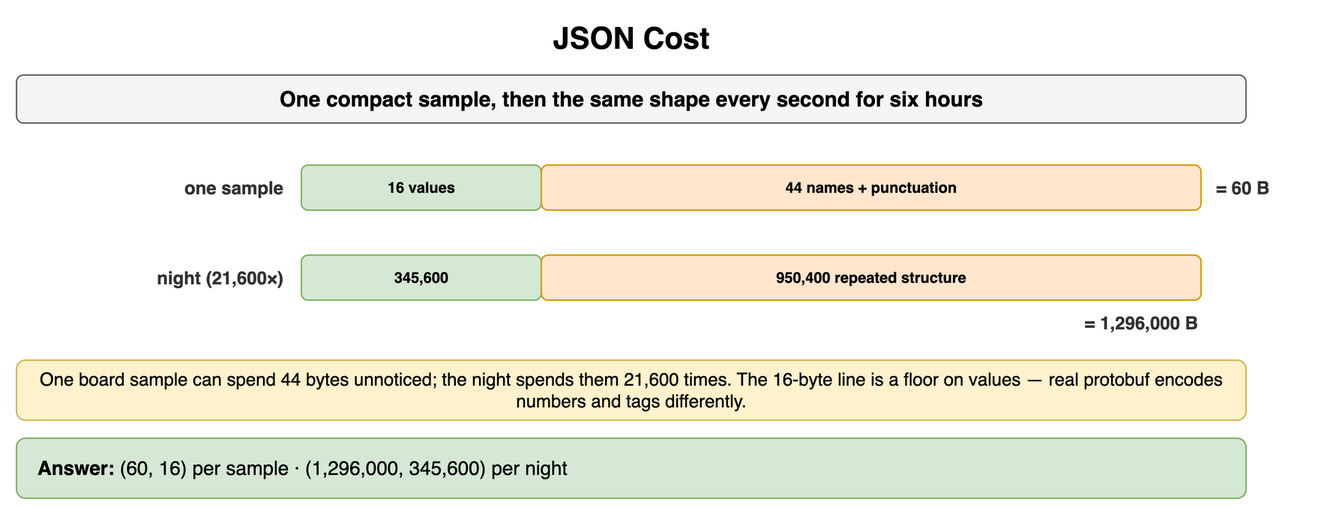
amendez13/swe-study-guide keeps this draw.io diagram as content/09_System_Design_Interview/14_Encoding_Serialization_and_Schema_Evolution/diagrams/encoding-drills-2-json-cost.png. Above is the earlier version. Source tidied: cells renumbered, new cells last; positions are measured from the earlier drawing's top-left corner, leaving out a move shared by most shapes. The source it was exported from:
```xml
<mxGraphModel>
  <root>
    <mxCell id="0" />
    <mxCell id="1" parent="0" />
    <mxCell id="2" value="JSON Cost" style="text;html=1;align=center;verticalAlign=middle;whiteSpace=wrap;fontSize=20;fontStyle=1;" parent="1" vertex="1">
      <mxGeometry width="820" height="30" as="geometry" />
    </mxCell>
    <mxCell id="3" value="One compact sample, then the same shape every second for six hours" style="rounded=1;whiteSpace=wrap;html=1;fillColor=#f5f5f5;strokeColor=#666666;fontStyle=1;fontSize=14;" parent="1" vertex="1">
      <mxGeometry y="40" width="820" height="32" as="geometry" />
    </mxCell>
    <mxCell id="4" value="one sample" style="text;html=1;whiteSpace=wrap;fontSize=11;align=right;verticalAlign=middle;fontSize=12;fontColor=#333333;fontStyle=1;" parent="1" vertex="1">
      <mxGeometry y="100" width="180" height="30" as="geometry" />
    </mxCell>
    <mxCell id="5" value="16 values" style="rounded=1;whiteSpace=wrap;html=1;fillColor=#d5e8d4;strokeColor=#82b366;fontSize=10;align=center;fontStyle=1;" parent="1" vertex="1">
      <mxGeometry x="190" y="100" width="160" height="30" as="geometry" />
    </mxCell>
    <mxCell id="6" value="44 names + punctuation" style="rounded=1;whiteSpace=wrap;html=1;fillColor=#ffe6cc;strokeColor=#d79b00;fontSize=10;align=center;fontStyle=1;" parent="1" vertex="1">
      <mxGeometry x="350" y="100" width="440" height="30" as="geometry" />
    </mxCell>
    <mxCell id="7" value="= 60 B" style="text;html=1;whiteSpace=wrap;fontSize=11;align=left;verticalAlign=middle;fontSize=12;fontColor=#333333;fontStyle=1;" parent="1" vertex="1">
      <mxGeometry x="798" y="100" width="80" height="30" as="geometry" />
    </mxCell>
    <mxCell id="8" value="night (21,600×)" style="text;html=1;whiteSpace=wrap;fontSize=11;align=right;verticalAlign=middle;fontSize=12;fontColor=#333333;fontStyle=1;" parent="1" vertex="1">
      <mxGeometry y="160" width="180" height="30" as="geometry" />
    </mxCell>
    <mxCell id="9" value="345,600" style="rounded=1;whiteSpace=wrap;html=1;fillColor=#d5e8d4;strokeColor=#82b366;fontSize=10;align=center;fontStyle=1;" parent="1" vertex="1">
      <mxGeometry x="190" y="160" width="160" height="30" as="geometry" />
    </mxCell>
    <mxCell id="10" value="950,400 repeated structure" style="rounded=1;whiteSpace=wrap;html=1;fillColor=#ffe6cc;strokeColor=#d79b00;fontSize=10;align=center;fontStyle=1;" parent="1" vertex="1">
      <mxGeometry x="350" y="160" width="440" height="30" as="geometry" />
    </mxCell>
    <mxCell id="11" value="= 1,296,000 B" style="text;html=1;whiteSpace=wrap;fontSize=11;align=right;verticalAlign=middle;fontSize=12;fontColor=#333333;fontStyle=1;" parent="1" vertex="1">
      <mxGeometry x="670" y="196" width="120" height="18" as="geometry" />
    </mxCell>
    <mxCell id="12" value="One board sample can spend 44 bytes unnoticed; the night spends them 21,600 times. The 16-byte line is a floor on values — real protobuf encodes numbers and tags differently." style="rounded=1;whiteSpace=wrap;html=1;fillColor=#fff2cc;strokeColor=#d6b656;fontSize=12;align=center;" parent="1" vertex="1">
      <mxGeometry y="230" width="820" height="40" as="geometry" />
    </mxCell>
    <mxCell id="13" value="&lt;b&gt;Answer:&lt;/b&gt; (60, 16) per sample · (1,296,000, 345,600) per night" style="rounded=1;whiteSpace=wrap;html=1;fillColor=#d5e8d4;strokeColor=#82b366;fontSize=13;align=left;spacingLeft=12;" parent="1" vertex="1">
      <mxGeometry y="282" width="820" height="40" as="geometry" />
    </mxCell>
  </root>
</mxGraphModel>
```
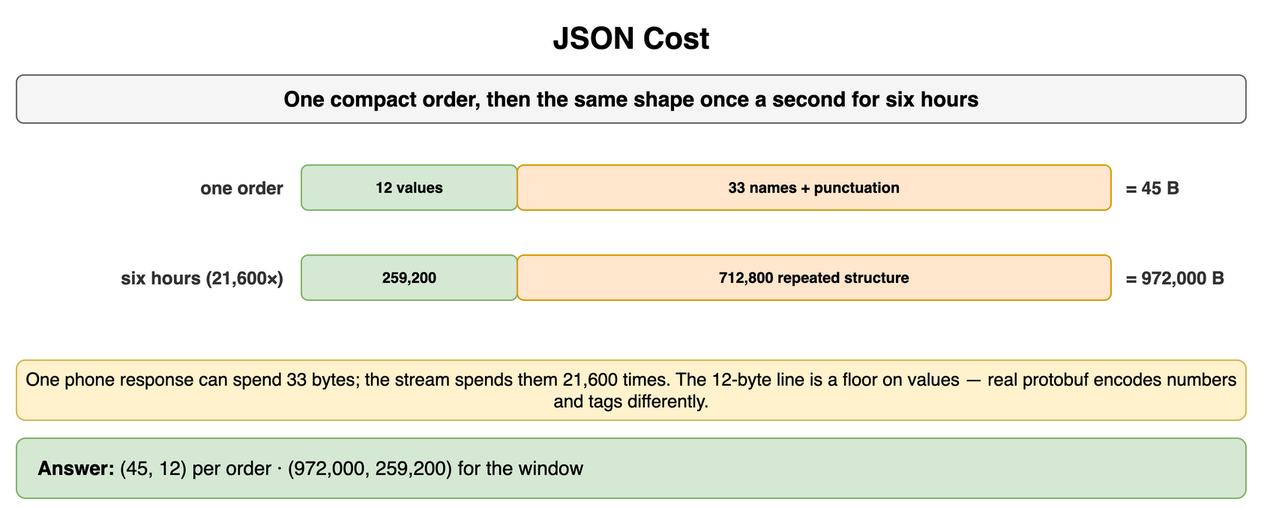
The same diagram one commit later.

Change to the diagram source:
```diff
@@ -5,37 +5,37 @@
     <mxCell id="2" value="JSON Cost" style="text;html=1;align=center;verticalAlign=middle;whiteSpace=wrap;fontSize=20;fontStyle=1;" parent="1" vertex="1">
       <mxGeometry width="820" height="30" as="geometry" />
     </mxCell>
-    <mxCell id="3" value="One compact sample, then the same shape every second for six hours" style="rounded=1;whiteSpace=wrap;html=1;fillColor=#f5f5f5;strokeColor=#666666;fontStyle=1;fontSize=14;" parent="1" vertex="1">
+    <mxCell id="3" value="One compact order, then the same shape once a second for six hours" style="rounded=1;whiteSpace=wrap;html=1;fillColor=#f5f5f5;strokeColor=#666666;fontStyle=1;fontSize=14;" parent="1" vertex="1">
       <mxGeometry y="40" width="820" height="32" as="geometry" />
     </mxCell>
-    <mxCell id="4" value="one sample" style="text;html=1;whiteSpace=wrap;fontSize=11;align=right;verticalAlign=middle;fontSize=12;fontColor=#333333;fontStyle=1;" parent="1" vertex="1">
+    <mxCell id="4" value="one order" style="text;html=1;whiteSpace=wrap;fontSize=11;align=right;verticalAlign=middle;fontSize=12;fontColor=#333333;fontStyle=1;" parent="1" vertex="1">
       <mxGeometry y="100" width="180" height="30" as="geometry" />
     </mxCell>
-    <mxCell id="5" value="16 values" style="rounded=1;whiteSpace=wrap;html=1;fillColor=#d5e8d4;strokeColor=#82b366;fontSize=10;align=center;fontStyle=1;" parent="1" vertex="1">
-      <mxGeometry x="190" y="100" width="160" height="30" as="geometry" />
+    <mxCell id="5" value="12 values" style="rounded=1;whiteSpace=wrap;html=1;fillColor=#d5e8d4;strokeColor=#82b366;fontSize=10;align=center;fontStyle=1;" parent="1" vertex="1">
+      <mxGeometry x="190" y="100" width="144" height="30" as="geometry" />
     </mxCell>
-    <mxCell id="6" value="44 names + punctuation" style="rounded=1;whiteSpace=wrap;html=1;fillColor=#ffe6cc;strokeColor=#d79b00;fontSize=10;align=center;fontStyle=1;" parent="1" vertex="1">
-      <mxGeometry x="350" y="100" width="440" height="30" as="geometry" />
+    <mxCell id="6" value="33 names + punctuation" style="rounded=1;whiteSpace=wrap;html=1;fillColor=#ffe6cc;strokeColor=#d79b00;fontSize=10;align=center;fontStyle=1;" parent="1" vertex="1">
+      <mxGeometry x="334" y="100" width="396" height="30" as="geometry" />
     </mxCell>
-    <mxCell id="7" value="= 60 B" style="text;html=1;whiteSpace=wrap;fontSize=11;align=left;verticalAlign=middle;fontSize=12;fontColor=#333333;fontStyle=1;" parent="1" vertex="1">
-      <mxGeometry x="798" y="100" width="80" height="30" as="geometry" />
+    <mxCell id="7" value="= 45 B" style="text;html=1;whiteSpace=wrap;fontSize=11;align=left;verticalAlign=middle;fontSize=12;fontColor=#333333;fontStyle=1;" parent="1" vertex="1">
+      <mxGeometry x="738" y="100" width="80" height="30" as="geometry" />
     </mxCell>
-    <mxCell id="8" value="night (21,600×)" style="text;html=1;whiteSpace=wrap;fontSize=11;align=right;verticalAlign=middle;fontSize=12;fontColor=#333333;fontStyle=1;" parent="1" vertex="1">
+    <mxCell id="8" value="six hours (21,600×)" style="text;html=1;whiteSpace=wrap;fontSize=11;align=right;verticalAlign=middle;fontSize=12;fontColor=#333333;fontStyle=1;" parent="1" vertex="1">
       <mxGeometry y="160" width="180" height="30" as="geometry" />
     </mxCell>
-    <mxCell id="9" value="345,600" style="rounded=1;whiteSpace=wrap;html=1;fillColor=#d5e8d4;strokeColor=#82b366;fontSize=10;align=center;fontStyle=1;" parent="1" vertex="1">
-      <mxGeometry x="190" y="160" width="160" height="30" as="geometry" />
+    <mxCell id="9" value="259,200" style="rounded=1;whiteSpace=wrap;html=1;fillColor=#d5e8d4;strokeColor=#82b366;fontSize=10;align=center;fontStyle=1;" parent="1" vertex="1">
+      <mxGeometry x="190" y="160" width="144" height="30" as="geometry" />
     </mxCell>
-    <mxCell id="10" value="950,400 repeated structure" style="rounded=1;whiteSpace=wrap;html=1;fillColor=#ffe6cc;strokeColor=#d79b00;fontSize=10;align=center;fontStyle=1;" parent="1" vertex="1">
-      <mxGeometry x="350" y="160" width="440" height="30" as="geometry" />
+    <mxCell id="10" value="712,800 repeated structure" style="rounded=1;whiteSpace=wrap;html=1;fillColor=#ffe6cc;strokeColor=#d79b00;fontSize=10;align=center;fontStyle=1;" parent="1" vertex="1">
+      <mxGeometry x="334" y="160" width="396" height="30" as="geometry" />
     </mxCell>
-    <mxCell id="11" value="= 1,296,000 B" style="text;html=1;whiteSpace=wrap;fontSize=11;align=right;verticalAlign=middle;fontSize=12;fontColor=#333333;fontStyle=1;" parent="1" vertex="1">
-      <mxGeometry x="670" y="196" width="120" height="18" as="geometry" />
+    <mxCell id="11" value="= 972,000 B" style="text;html=1;whiteSpace=wrap;fontSize=11;align=left;verticalAlign=middle;fontSize=12;fontColor=#333333;fontStyle=1;" parent="1" vertex="1">
+      <mxGeometry x="738" y="160" width="100" height="30" as="geometry" />
     </mxCell>
-    <mxCell id="12" value="One board sample can spend 44 bytes unnoticed; the night spends them 21,600 times. The 16-byte line is a floor on values — real protobuf encodes numbers and tags differently." style="rounded=1;whiteSpace=wrap;html=1;fillColor=#fff2cc;strokeColor=#d6b656;fontSize=12;align=center;" parent="1" vertex="1">
+    <mxCell id="12" value="One phone response can spend 33 bytes; the stream spends them 21,600 times. The 12-byte line is a floor on values — real protobuf encodes numbers and tags differently." style="rounded=1;whiteSpace=wrap;html=1;fillColor=#fff2cc;strokeColor=#d6b656;fontSize=12;align=center;" parent="1" vertex="1">
       <mxGeometry y="230" width="820" height="40" as="geometry" />
     </mxCell>
-    <mxCell id="13" value="&lt;b&gt;Answer:&lt;/b&gt; (60, 16) per sample · (1,296,000, 345,600) per night" style="rounded=1;whiteSpace=wrap;html=1;fillColor=#d5e8d4;strokeColor=#82b366;fontSize=13;align=left;spacingLeft=12;" parent="1" vertex="1">
+    <mxCell id="13" value="&lt;b&gt;Answer:&lt;/b&gt; (45, 12) per order · (972,000, 259,200) for the window" style="rounded=1;whiteSpace=wrap;html=1;fillColor=#d5e8d4;strokeColor=#82b366;fontSize=13;align=left;spacingLeft=12;" parent="1" vertex="1">
       <mxGeometry y="282" width="820" height="40" as="geometry" />
     </mxCell>
   </root>
```
